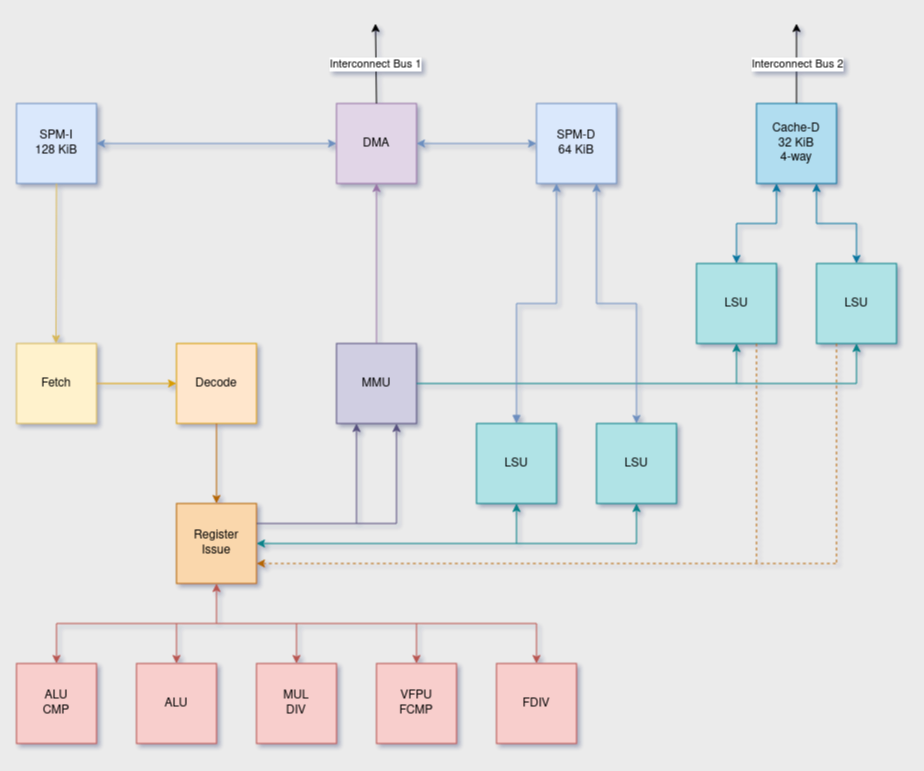
Earlier version of the draw.io export Altair_arch_Intern.png (Kannagi/AltairX). Source tidied: cells renumbered, new cells last; positions are measured from the earlier drawing's top-left corner, leaving out a move shared by most shapes.
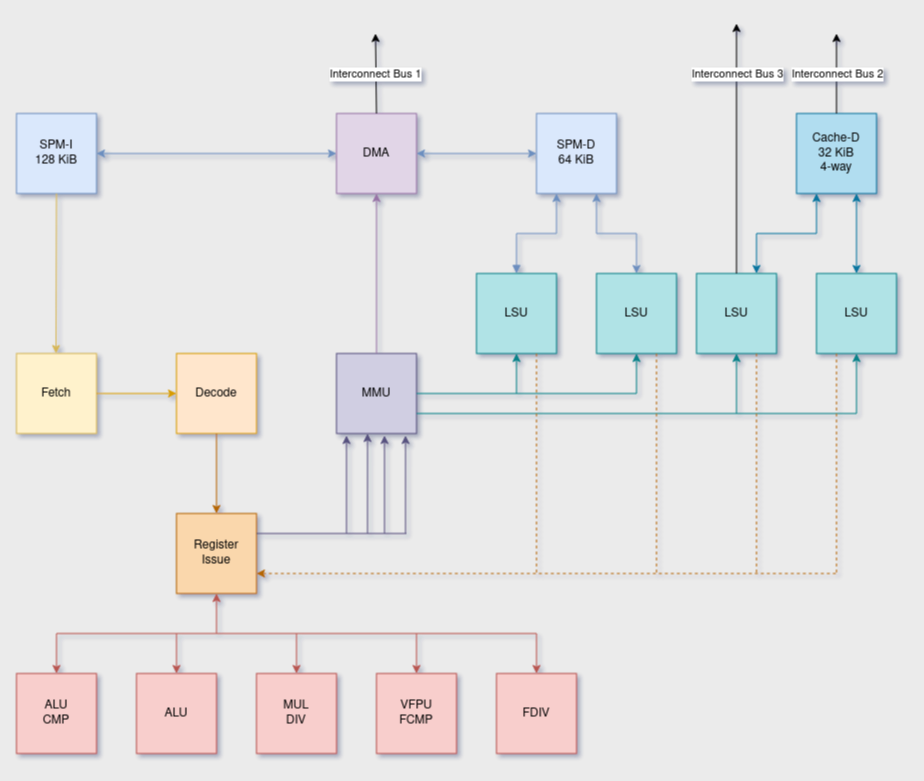
Above is the later version.

Diff of the diagram source:
```diff
@@ -15,7 +15,7 @@
       <mxGeometry x="520" y="80" width="80" height="80" as="geometry" />
     </mxCell>
     <mxCell id="6" value="LSU" style="rounded=0;whiteSpace=wrap;html=1;fillColor=#b0e3e6;strokeColor=#0e8088;" parent="1" vertex="1">
-      <mxGeometry x="460" y="400" width="80" height="80" as="geometry" />
+      <mxGeometry x="460" y="240" width="80" height="80" as="geometry" />
     </mxCell>
     <mxCell id="7" value="LSU" style="rounded=0;whiteSpace=wrap;html=1;fillColor=#b0e3e6;strokeColor=#0e8088;" parent="1" vertex="1">
       <mxGeometry x="680" y="240" width="80" height="80" as="geometry" />
@@ -30,7 +30,7 @@
       <mxGeometry x="320" y="80" width="80" height="80" as="geometry" />
     </mxCell>
     <mxCell id="11" value="LSU" style="rounded=0;whiteSpace=wrap;html=1;fillColor=#b0e3e6;strokeColor=#0e8088;" parent="1" vertex="1">
-      <mxGeometry x="580" y="400" width="80" height="80" as="geometry" />
+      <mxGeometry x="580" y="240" width="80" height="80" as="geometry" />
     </mxCell>
     <mxCell id="12" value="Register&lt;br&gt;Issue" style="rounded=0;whiteSpace=wrap;html=1;fillColor=#fad7ac;strokeColor=#b46504;" parent="1" vertex="1">
       <mxGeometry x="160" y="480" width="80" height="80" as="geometry" />
@@ -96,44 +96,34 @@
     <mxCell id="27" style="endArrow=classic;html=1;rounded=0;exitX=1;exitY=0.5;exitDx=0;exitDy=0;entryX=0;entryY=0.5;entryDx=0;entryDy=0;fillColor=#ffe6cc;strokeColor=#d79b00;" parent="1" edge="1" source="3" target="4">
       <mxGeometry relative="1" as="geometry" />
     </mxCell>
-    <mxCell id="28" style="endArrow=none;html=1;rounded=0;exitX=1;exitY=0.5;exitDx=0;exitDy=0;endFill=0;fillColor=#b0e3e6;strokeColor=#0e8088;startArrow=classic;startFill=1;" parent="1" edge="1" source="12">
+    <mxCell id="28" style="endArrow=none;html=1;rounded=0;endFill=0;fillColor=#b0e3e6;strokeColor=#0e8088;startArrow=none;startFill=0;exitX=1;exitY=0.5;exitDx=0;exitDy=0;" parent="1" edge="1" source="9">
       <mxGeometry relative="1" as="geometry">
-        <mxPoint x="620" y="520" as="targetPoint" />
+        <mxPoint x="620" y="360" as="targetPoint" />
       </mxGeometry>
     </mxCell>
     <mxCell id="29" style="endArrow=classic;html=1;rounded=0;entryX=0.5;entryY=1;entryDx=0;entryDy=0;fillColor=#b0e3e6;strokeColor=#0e8088;" parent="1" edge="1" target="6">
       <mxGeometry relative="1" as="geometry">
-        <mxPoint x="500" y="520" as="sourcePoint" />
+        <mxPoint x="500" y="360" as="sourcePoint" />
       </mxGeometry>
     </mxCell>
     <mxCell id="30" style="endArrow=classic;html=1;rounded=0;entryX=0.5;entryY=1;entryDx=0;entryDy=0;fillColor=#b0e3e6;strokeColor=#0e8088;" parent="1" edge="1" target="11">
       <mxGeometry relative="1" as="geometry">
-        <mxPoint x="620" y="520" as="sourcePoint" />
+        <mxPoint x="620" y="360" as="sourcePoint" />
       </mxGeometry>
     </mxCell>
-    <mxCell id="31" style="endArrow=classic;html=1;rounded=0;entryX=0.75;entryY=1;entryDx=0;entryDy=0;fillColor=#d0cee2;strokeColor=#56517e;" parent="1" edge="1" target="9">
-      <mxGeometry relative="1" as="geometry">
-        <mxPoint x="380" y="500" as="sourcePoint" />
-      </mxGeometry>
-    </mxCell>
-    <mxCell id="32" style="endArrow=classic;html=1;rounded=0;entryX=0.25;entryY=1;entryDx=0;entryDy=0;fillColor=#d0cee2;strokeColor=#56517e;" parent="1" edge="1" target="9">
-      <mxGeometry relative="1" as="geometry">
-        <mxPoint x="340" y="500" as="sourcePoint" />
-      </mxGeometry>
-    </mxCell>
-    <mxCell id="33" style="endArrow=none;html=1;rounded=0;exitX=1;exitY=0.5;exitDx=0;exitDy=0;endFill=0;fillColor=#b0e3e6;strokeColor=#0e8088;" parent="1" edge="1" source="9">
+    <mxCell id="33" style="endArrow=none;html=1;rounded=0;endFill=0;fillColor=#b0e3e6;strokeColor=#0e8088;exitX=1;exitY=0.75;exitDx=0;exitDy=0;" parent="1" edge="1" source="9">
       <mxGeometry relative="1" as="geometry">
-        <mxPoint x="840" y="360" as="targetPoint" />
+        <mxPoint x="840" y="380" as="targetPoint" />
       </mxGeometry>
     </mxCell>
     <mxCell id="34" style="endArrow=classic;html=1;rounded=0;entryX=0.5;entryY=1;entryDx=0;entryDy=0;fillColor=#b0e3e6;strokeColor=#0e8088;" parent="1" edge="1" target="7">
       <mxGeometry relative="1" as="geometry">
-        <mxPoint x="720" y="360" as="sourcePoint" />
+        <mxPoint x="720" y="380" as="sourcePoint" />
       </mxGeometry>
     </mxCell>
     <mxCell id="35" style="endArrow=classic;html=1;rounded=0;entryX=0.5;entryY=1;entryDx=0;entryDy=0;fillColor=#b0e3e6;strokeColor=#0e8088;" parent="1" edge="1" target="8">
       <mxGeometry relative="1" as="geometry">
-        <mxPoint x="840" y="360" as="sourcePoint" />
+        <mxPoint x="840" y="380" as="sourcePoint" />
       </mxGeometry>
     </mxCell>
     <mxCell id="36" style="endArrow=classic;html=1;rounded=0;exitX=0;exitY=0.5;exitDx=0;exitDy=0;entryX=1;entryY=0.5;entryDx=0;entryDy=0;fillColor=#dae8fc;strokeColor=#6c8ebf;startArrow=classic;startFill=1;" parent="1" edge="1" source="10" target="2">
@@ -146,9 +136,9 @@
       <mxGeometry relative="1" as="geometry" />
     </mxCell>
     <mxCell id="39" value="Cache-D&lt;br&gt;32 KiB&lt;br&gt;4-way" style="rounded=0;whiteSpace=wrap;html=1;fillColor=#b1ddf0;strokeColor=#10739e;" parent="1" vertex="1">
-      <mxGeometry x="740" y="80" width="80" height="80" as="geometry" />
+      <mxGeometry x="780" y="80" width="80" height="80" as="geometry" />
     </mxCell>
-    <mxCell id="40" style="endArrow=classic;html=1;rounded=0;entryX=0.25;entryY=1;entryDx=0;entryDy=0;exitX=0.5;exitY=0;exitDx=0;exitDy=0;edgeStyle=orthogonalEdgeStyle;fillColor=#b1ddf0;strokeColor=#10739e;startArrow=classic;startFill=1;" parent="1" edge="1" source="7" target="39">
+    <mxCell id="40" style="endArrow=classic;html=1;rounded=0;entryX=0.25;entryY=1;entryDx=0;entryDy=0;edgeStyle=orthogonalEdgeStyle;fillColor=#b1ddf0;strokeColor=#10739e;startArrow=classic;startFill=1;exitX=0.75;exitY=0;exitDx=0;exitDy=0;" parent="1" edge="1" source="7" target="39">
       <mxGeometry relative="1" as="geometry" />
     </mxCell>
     <mxCell id="41" style="endArrow=classic;html=1;rounded=0;entryX=0.75;entryY=1;entryDx=0;entryDy=0;exitX=0.5;exitY=0;exitDx=0;exitDy=0;edgeStyle=orthogonalEdgeStyle;fillColor=#b1ddf0;strokeColor=#10739e;startArrow=classic;startFill=1;" parent="1" edge="1" source="8" target="39">
@@ -172,7 +162,7 @@
     </mxCell>
     <mxCell id="46" style="endArrow=classic;html=1;rounded=0;fillColor=#b0e3e6;strokeColor=#000000;exitX=0.5;exitY=0;exitDx=0;exitDy=0;" parent="1" edge="1" source="39">
       <mxGeometry relative="1" as="geometry">
-        <mxPoint x="780" as="targetPoint" />
+        <mxPoint x="820" as="targetPoint" />
       </mxGeometry>
     </mxCell>
     <mxCell id="47" value="Interconnect Bus 2" style="edgeLabel;html=1;align=center;verticalAlign=middle;" parent="46" vertex="1">
@@ -197,8 +187,51 @@
     </mxCell>
     <mxCell id="51" style="endArrow=none;html=1;rounded=0;exitX=1;exitY=0.25;exitDx=0;exitDy=0;fillColor=#d0cee2;strokeColor=#56517e;endFill=0;" parent="1" edge="1" source="12">
       <mxGeometry relative="1" as="geometry">
-        <mxPoint x="380" y="500" as="targetPoint" />
+        <mxPoint x="390" y="500" as="targetPoint" />
       </mxGeometry>
     </mxCell>
+    <mxCell id="52" style="endArrow=classic;html=1;rounded=0;entryX=0.388;entryY=1;entryDx=0;entryDy=0;fillColor=#d0cee2;strokeColor=#56517e;entryPerimeter=0;" parent="1" edge="1" target="9">
+      <mxGeometry relative="1" as="geometry">
+        <mxPoint x="351" y="500" as="sourcePoint" />
+      </mxGeometry>
+    </mxCell>
+    <mxCell id="53" style="endArrow=classic;html=1;rounded=0;entryX=0.6;entryY=1.025;entryDx=0;entryDy=0;fillColor=#d0cee2;strokeColor=#56517e;entryPerimeter=0;" parent="1" edge="1" target="9">
+      <mxGeometry relative="1" as="geometry">
+        <mxPoint x="368" y="500" as="sourcePoint" />
+      </mxGeometry>
+    </mxCell>
+    <mxCell id="54" style="endArrow=classic;html=1;rounded=0;entryX=0.125;entryY=1.025;entryDx=0;entryDy=0;fillColor=#d0cee2;strokeColor=#56517e;entryPerimeter=0;" parent="1" edge="1" target="9">
+      <mxGeometry relative="1" as="geometry">
+        <mxPoint x="330" y="500" as="sourcePoint" />
+        <Array as="points">
+          <mxPoint x="330" y="470" />
+        </Array>
+      </mxGeometry>
+    </mxCell>
+    <mxCell id="55" style="endArrow=classic;html=1;rounded=0;entryX=0.863;entryY=1.025;entryDx=0;entryDy=0;fillColor=#d0cee2;strokeColor=#56517e;entryPerimeter=0;" parent="1" edge="1" target="9">
+      <mxGeometry relative="1" as="geometry">
+        <mxPoint x="389" y="500" as="sourcePoint" />
+      </mxGeometry>
+    </mxCell>
+    <mxCell id="56" style="endArrow=none;html=1;rounded=0;fillColor=#fad7ac;strokeColor=#b46504;exitX=0.75;exitY=1;exitDx=0;exitDy=0;endFill=0;dashed=1;" parent="1" edge="1" source="11">
+      <mxGeometry relative="1" as="geometry">
+        <mxPoint x="640" y="540" as="targetPoint" />
+      </mxGeometry>
+    </mxCell>
+    <mxCell id="57" style="endArrow=none;html=1;rounded=0;fillColor=#fad7ac;strokeColor=#b46504;exitX=0.75;exitY=1;exitDx=0;exitDy=0;endFill=0;dashed=1;" parent="1" edge="1" source="6">
+      <mxGeometry relative="1" as="geometry">
+        <mxPoint x="520" y="540" as="targetPoint" />
+      </mxGeometry>
+    </mxCell>
+    <mxCell id="58" style="endArrow=classic;html=1;rounded=0;fillColor=#b0e3e6;strokeColor=#000000;exitX=0.5;exitY=0;exitDx=0;exitDy=0;" parent="1" edge="1" source="7">
+      <mxGeometry relative="1" as="geometry">
+        <mxPoint x="720" y="-10" as="targetPoint" />
+      </mxGeometry>
+    </mxCell>
+    <mxCell id="59" value="Interconnect Bus 3" style="edgeLabel;html=1;align=center;verticalAlign=middle;" parent="58" vertex="1">
+      <mxGeometry x="-0.3" y="-1" relative="1" as="geometry">
+        <mxPoint x="-1" y="-112" as="offset" />
+      </mxGeometry>
+    </mxCell>
   </root>
 </mxGraphModel>
```
